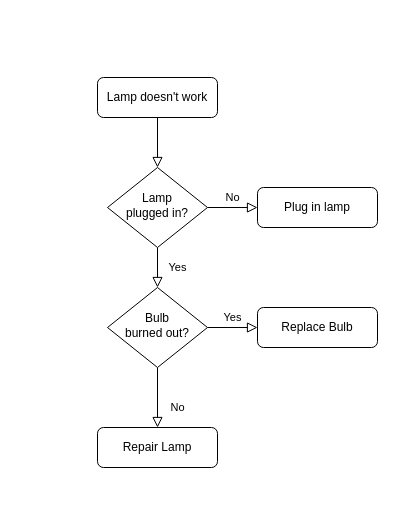
The draw.io diagram rCore-net.drawio in dingiso/TEST_For_Everything, before the edit. Source tidied: cells renumbered, new cells numbered last; positions are measured from the earlier drawing's top-left corner, leaving out a move shared by most shapes. Both pictures are drawn from the tidied source at 100%, with x=0, y=0 at pixel (97, 77).
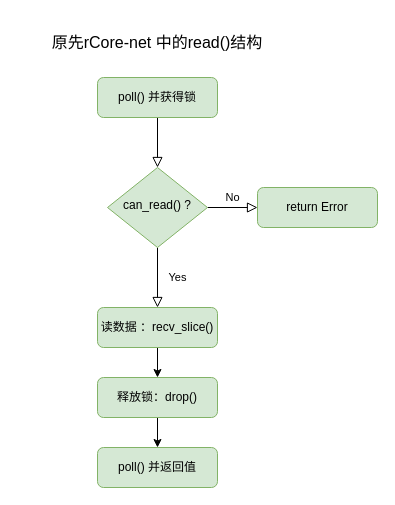
The same page after the edit.

Diff of the diagram source:
```diff
@@
 <mxGraphModel>
   <root>
     <mxCell id="0" />
     <mxCell id="1" parent="0" />
     <mxCell id="2" style="rounded=0;html=1;jettySize=auto;fontSize=11;endArrow=block;endFill=0;endSize=8;strokeWidth=1;shadow=0;labelBackgroundColor=none;edgeStyle=orthogonalEdgeStyle;" parent="1" edge="1" source="3" target="6">
       <mxGeometry relative="1" as="geometry" />
     </mxCell>
-    <mxCell id="3" value="Lamp doesn't work" style="rounded=1;whiteSpace=wrap;html=1;fontSize=12;glass=0;strokeWidth=1;shadow=0;" parent="1" vertex="1">
+    <mxCell id="3" value="poll() 并获得锁" style="rounded=1;whiteSpace=wrap;html=1;fontSize=12;glass=0;strokeWidth=1;shadow=0;fillColor=#d5e8d4;strokeColor=#82b366;" parent="1" vertex="1">
       <mxGeometry width="120" height="40" as="geometry" />
     </mxCell>
-    <mxCell id="4" value="Yes" style="rounded=0;html=1;jettySize=auto;fontSize=11;endArrow=block;endFill=0;endSize=8;strokeWidth=1;shadow=0;labelBackgroundColor=none;edgeStyle=orthogonalEdgeStyle;" parent="1" edge="1" source="6" target="10">
+    <mxCell id="4" value="Yes" style="rounded=0;html=1;jettySize=auto;fontSize=11;endArrow=block;endFill=0;endSize=8;strokeWidth=1;shadow=0;labelBackgroundColor=none;edgeStyle=orthogonalEdgeStyle;entryX=0.5;entryY=0;entryDx=0;entryDy=0;" parent="1" edge="1" source="6" target="11">
       <mxGeometry y="20" relative="1" as="geometry" />
     </mxCell>
     <mxCell id="5" value="No" style="edgeStyle=orthogonalEdgeStyle;rounded=0;html=1;jettySize=auto;fontSize=11;endArrow=block;endFill=0;endSize=8;strokeWidth=1;shadow=0;labelBackgroundColor=none;" parent="1" edge="1" source="6" target="7">
       <mxGeometry y="10" relative="1" as="geometry" />
     </mxCell>
-    <mxCell id="6" value="Lamp&lt;br&gt;plugged in?" style="rhombus;whiteSpace=wrap;html=1;shadow=0;fontFamily=Helvetica;fontSize=12;align=center;strokeWidth=1;spacing=6;spacingTop=-4;" parent="1" vertex="1">
+    <mxCell id="6" value="can_read() ?" style="rhombus;whiteSpace=wrap;html=1;shadow=0;fontFamily=Helvetica;fontSize=12;align=center;strokeWidth=1;spacing=6;spacingTop=-4;fillColor=#d5e8d4;strokeColor=#82b366;" parent="1" vertex="1">
       <mxGeometry x="10" y="90" width="100" height="80" as="geometry" />
     </mxCell>
-    <mxCell id="7" value="Plug in lamp" style="rounded=1;whiteSpace=wrap;html=1;fontSize=12;glass=0;strokeWidth=1;shadow=0;" parent="1" vertex="1">
+    <mxCell id="7" value="return Error" style="rounded=1;whiteSpace=wrap;html=1;fontSize=12;glass=0;strokeWidth=1;shadow=0;fillColor=#d5e8d4;strokeColor=#82b366;" parent="1" vertex="1">
       <mxGeometry x="160" y="110" width="120" height="40" as="geometry" />
     </mxCell>
-    <mxCell id="8" value="No" style="rounded=0;html=1;jettySize=auto;fontSize=11;endArrow=block;endFill=0;endSize=8;strokeWidth=1;shadow=0;labelBackgroundColor=none;edgeStyle=orthogonalEdgeStyle;" parent="1" edge="1" source="10" target="11">
-      <mxGeometry x="0.33" y="20" relative="1" as="geometry" />
-    </mxCell>
-    <mxCell id="9" value="Yes" style="edgeStyle=orthogonalEdgeStyle;rounded=0;html=1;jettySize=auto;fontSize=11;endArrow=block;endFill=0;endSize=8;strokeWidth=1;shadow=0;labelBackgroundColor=none;" parent="1" edge="1" source="10" target="12">
-      <mxGeometry y="10" relative="1" as="geometry" />
-    </mxCell>
-    <mxCell id="10" value="Bulb&lt;br&gt;burned out?" style="rhombus;whiteSpace=wrap;html=1;shadow=0;fontFamily=Helvetica;fontSize=12;align=center;strokeWidth=1;spacing=6;spacingTop=-4;" parent="1" vertex="1">
-      <mxGeometry x="10" y="210" width="100" height="80" as="geometry" />
-    </mxCell>
+    <mxCell id="13" style="edgeStyle=orthogonalEdgeStyle;rounded=0;jettySize=auto;html=1;" parent="1" edge="1" source="11" target="12">
+      <mxGeometry relative="1" as="geometry" />
+    </mxCell>
-    <mxCell id="11" value="Repair Lamp" style="rounded=1;whiteSpace=wrap;html=1;fontSize=12;glass=0;strokeWidth=1;shadow=0;" parent="1" vertex="1">
-      <mxGeometry y="350" width="120" height="40" as="geometry" />
+    <mxCell id="11" value="读数据 ：recv_slice()" style="rounded=1;whiteSpace=wrap;html=1;fontSize=12;glass=0;strokeWidth=1;shadow=0;fillColor=#d5e8d4;strokeColor=#82b366;" parent="1" vertex="1">
+      <mxGeometry y="230" width="120" height="40" as="geometry" />
     </mxCell>
+    <mxCell id="14" style="edgeStyle=orthogonalEdgeStyle;rounded=0;jettySize=auto;html=1;" parent="1" edge="1" source="12" target="15">
+      <mxGeometry relative="1" as="geometry" />
+    </mxCell>
-    <mxCell id="12" value="Replace Bulb" style="rounded=1;whiteSpace=wrap;html=1;fontSize=12;glass=0;strokeWidth=1;shadow=0;" parent="1" vertex="1">
-      <mxGeometry x="160" y="230" width="120" height="40" as="geometry" />
+    <mxCell id="12" value="释放锁：drop()" style="rounded=1;whiteSpace=wrap;html=1;fontSize=12;glass=0;strokeWidth=1;shadow=0;fillColor=#d5e8d4;strokeColor=#82b366;" parent="1" vertex="1">
+      <mxGeometry y="300" width="120" height="40" as="geometry" />
     </mxCell>
+    <mxCell id="15" value="poll() 并返回值" style="rounded=1;whiteSpace=wrap;html=1;fontSize=12;glass=0;strokeWidth=1;shadow=0;fillColor=#d5e8d4;strokeColor=#82b366;" parent="1" vertex="1">
+      <mxGeometry y="370" width="120" height="40" as="geometry" />
+    </mxCell>
+    <mxCell id="16" value="&lt;font style=&quot;font-size: 16px&quot;&gt;原先rCore-net 中的read()结构&lt;/font&gt;" style="text;html=1;strokeColor=none;fillColor=none;align=center;verticalAlign=middle;whiteSpace=wrap;rounded=0;" parent="1" vertex="1">
+      <mxGeometry x="-80" y="-60" width="280" height="50" as="geometry" />
+    </mxCell>
   </root>
 </mxGraphModel>
```
